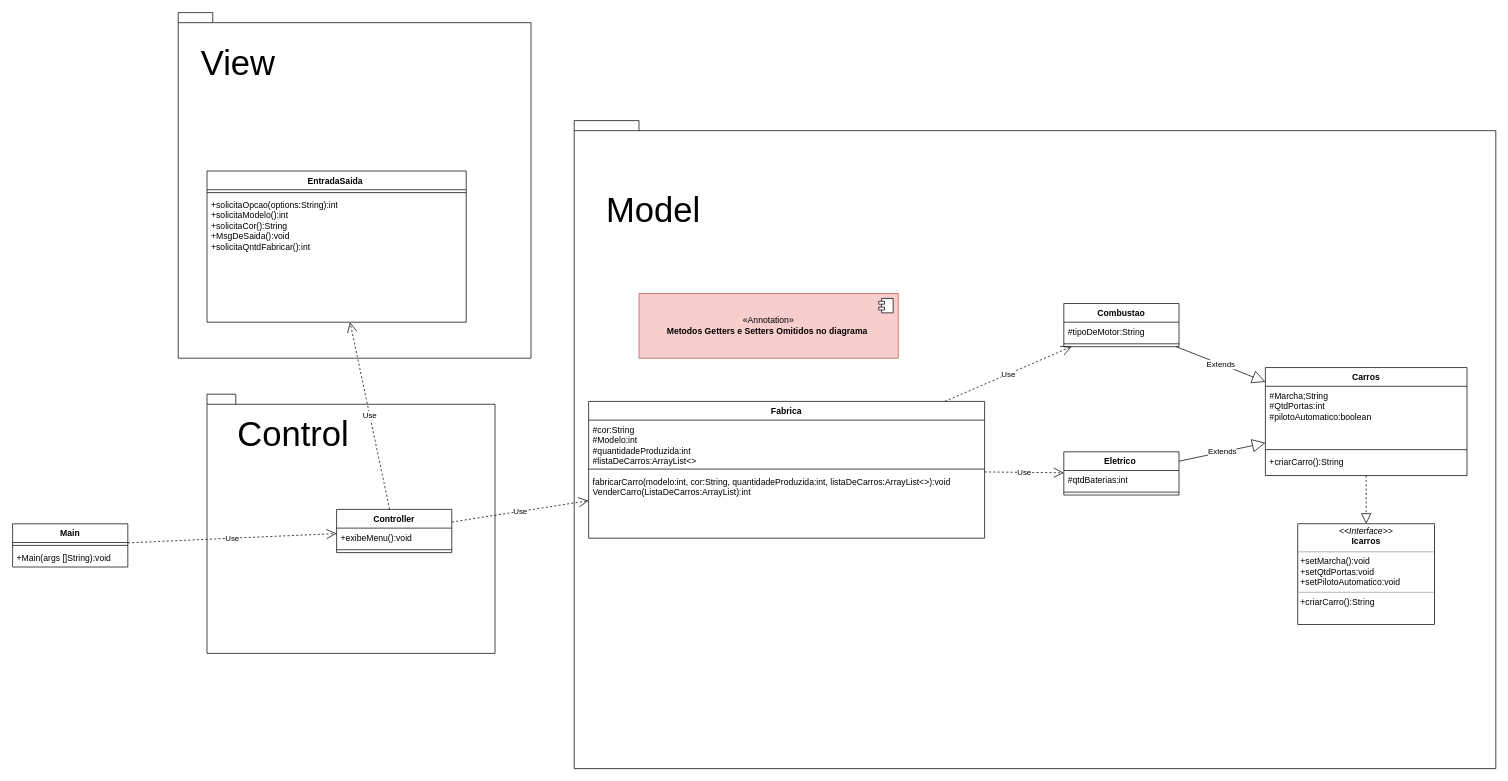
This is DiagramaEstrutural.drawio from Gustavolskw/PraticaFabricaDeCarro, a draw.io file, before an edit. Source tidied: cells renumbered, new cells numbered last; positions are measured from the earlier drawing's top-left corner, leaving out a move shared by most shapes. Both pictures are drawn from the tidied source at 72%, with x=0, y=0 at pixel (12, 12).
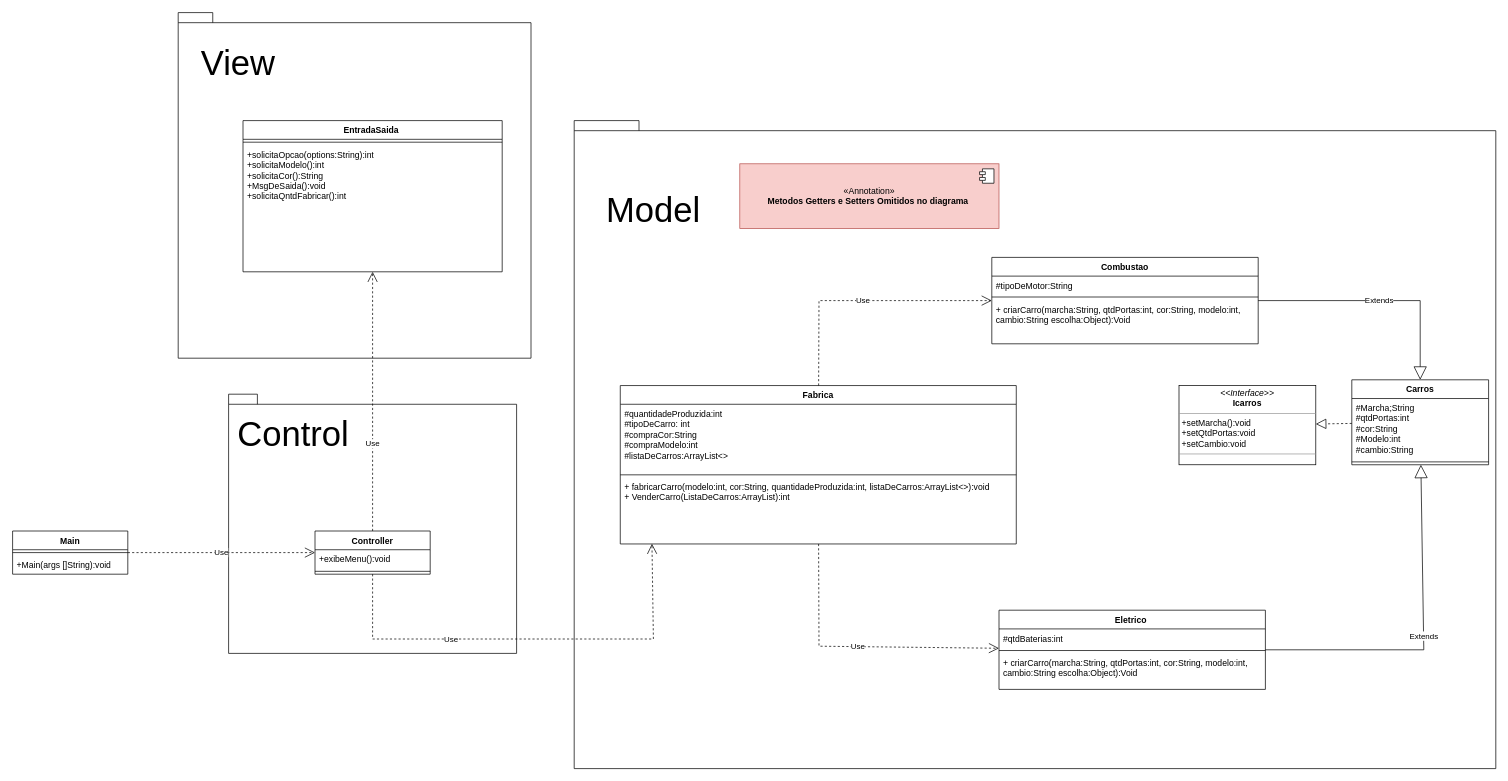
After the change.

The change refers to these unchanged cells:
```xml
<mxCell id="7" value="+solicitaOpcao(options:String):int&lt;br&gt;+solicitaModelo():int&lt;br&gt;+solicitaCor():String&lt;br&gt;+MsgDeSaida():void&amp;nbsp;&lt;br&gt;+solicitaQntdFabricar():int" style="text;strokeColor=none;fillColor=none;align=left;verticalAlign=top;spacingLeft=4;spacingRight=4;overflow=hidden;points=[[0,0.5],[1,0.5]];portConstraint=eastwest;whiteSpace=wrap;html=1;" parent="5" vertex="1">
  <mxGeometry y="34" width="360" height="176" as="geometry" />
</mxCell>
```

Change to the diagram source:
```diff
@@
     <mxCell id="2" style="shape=folder;fontStyle=1;spacingTop=10;tabWidth=40;tabHeight=14;tabPosition=left;html=1;whiteSpace=wrap;" parent="1" vertex="1">
-      <mxGeometry x="270" y="530" width="400" height="360" as="geometry" />
+      <mxGeometry x="300" y="530" width="400" height="360" as="geometry" />
     </mxCell>
@@
     <mxCell id="5" value="EntradaSaida&lt;span style=&quot;white-space: pre;&quot;&gt;&#9;&lt;/span&gt;" style="swimlane;fontStyle=1;align=center;verticalAlign=top;horizontal=1;startSize=26;whiteSpace=wrap;html=1;" parent="1" vertex="1">
-      <mxGeometry x="270" y="220" width="360" height="210" as="geometry" />
+      <mxGeometry x="320" y="150" width="360" height="210" as="geometry" />
     </mxCell>
@@
     <mxCell id="8" value="Controller" style="swimlane;fontStyle=1;align=center;verticalAlign=top;horizontal=1;startSize=26;whiteSpace=wrap;html=1;" parent="1" vertex="1">
-      <mxGeometry x="450" y="690" width="160" height="60" as="geometry" />
+      <mxGeometry x="420" y="720" width="160" height="60" as="geometry" />
     </mxCell>
@@
     <mxCell id="11" value="Main" style="swimlane;fontStyle=1;align=center;verticalAlign=top;horizontal=1;startSize=26;whiteSpace=wrap;html=1;" parent="1" vertex="1">
-      <mxGeometry y="710" width="160" height="60" as="geometry" />
+      <mxGeometry y="720" width="160" height="60" as="geometry" />
     </mxCell>
@@
     <mxCell id="15" value="Use" style="endArrow=open;endSize=12;dashed=1;html=1;rounded=0;" parent="1" edge="1" source="8" target="7">
-      <mxGeometry relative="1" as="geometry" />
+      <mxGeometry x="-0.33" relative="1" as="geometry" />
     </mxCell>
@@
     <mxCell id="20" value="Fabrica" style="swimlane;fontStyle=1;align=center;verticalAlign=top;horizontal=1;startSize=26;whiteSpace=wrap;html=1;" parent="1" vertex="1">
-      <mxGeometry x="800" y="540" width="550" height="190" as="geometry" />
+      <mxGeometry x="844" y="518" width="550" height="220" as="geometry" />
     </mxCell>
-    <mxCell id="21" value="#cor:String&lt;br&gt;#Modelo:int&lt;br&gt;#quantidadeProduzida:int&lt;br&gt;#listaDeCarros:ArrayList&amp;lt;&amp;gt;" style="text;strokeColor=none;fillColor=none;align=left;verticalAlign=top;spacingLeft=4;spacingRight=4;overflow=hidden;whiteSpace=wrap;html=1;" parent="20" vertex="1">
-      <mxGeometry y="26" width="550" height="64" as="geometry" />
+    <mxCell id="21" value="#quantidadeProduzida:int&lt;br&gt;#tipoDeCarro: int&amp;nbsp;&lt;br&gt;#compraCor:String&lt;br style=&quot;border-color: var(--border-color);&quot;&gt;#compraModelo:int&lt;br&gt;#listaDeCarros:ArrayList&amp;lt;&amp;gt;" style="text;strokeColor=none;fillColor=none;align=left;verticalAlign=top;spacingLeft=4;spacingRight=4;overflow=hidden;whiteSpace=wrap;html=1;" parent="20" vertex="1">
+      <mxGeometry y="26" width="550" height="94" as="geometry" />
     </mxCell>
     <mxCell id="22" style="line;strokeWidth=1;fillColor=none;align=left;verticalAlign=middle;spacingTop=-1;spacingLeft=3;spacingRight=3;labelPosition=right;strokeColor=inherit;" parent="20" vertex="1">
-      <mxGeometry y="90" width="550" height="8" as="geometry" />
+      <mxGeometry y="120" width="550" height="8" as="geometry" />
     </mxCell>
-    <mxCell id="23" value="fabricarCarro(modelo:int, cor:String, quantidadeProduzida:int, listaDeCarros:ArrayList&amp;lt;&amp;gt;):void&lt;br&gt;VenderCarro(ListaDeCarros:ArrayList):int" style="text;strokeColor=none;fillColor=none;align=left;verticalAlign=top;spacingLeft=4;spacingRight=4;overflow=hidden;points=[[0,0.5],[1,0.5]];portConstraint=eastwest;whiteSpace=wrap;html=1;" parent="20" vertex="1">
-      <mxGeometry y="98" width="550" height="92" as="geometry" />
+    <mxCell id="23" value="+ fabricarCarro(modelo:int, cor:String, quantidadeProduzida:int, listaDeCarros:ArrayList&amp;lt;&amp;gt;):void&lt;br&gt;+ VenderCarro(ListaDeCarros:ArrayList):int&lt;br&gt;" style="text;strokeColor=none;fillColor=none;align=left;verticalAlign=top;spacingLeft=4;spacingRight=4;overflow=hidden;points=[[0,0.5],[1,0.5]];portConstraint=eastwest;whiteSpace=wrap;html=1;" parent="20" vertex="1">
+      <mxGeometry y="128" width="550" height="92" as="geometry" />
     </mxCell>
-    <mxCell id="24" value="Use" style="endArrow=open;endSize=12;dashed=1;html=1;rounded=0;" parent="1" edge="1" source="8" target="20">
-      <mxGeometry relative="1" as="geometry" />
+    <mxCell id="24" value="Use" style="endArrow=open;endSize=12;dashed=1;html=1;rounded=0;entryX=0.08;entryY=0.997;entryDx=0;entryDy=0;entryPerimeter=0;" parent="1" edge="1" source="8" target="23">
+      <mxGeometry x="-0.35" relative="1" as="geometry">
+        <Array as="points">
+          <mxPoint x="500" y="870" />
+          <mxPoint x="890" y="870" />
+        </Array>
+      </mxGeometry>
     </mxCell>
     <mxCell id="25" value="Carros" style="swimlane;fontStyle=1;align=center;verticalAlign=top;horizontal=1;startSize=26;whiteSpace=wrap;html=1;" parent="1" vertex="1">
-      <mxGeometry x="1740" y="493" width="280" height="150" as="geometry" />
+      <mxGeometry x="1860" y="510" width="190" height="118" as="geometry" />
     </mxCell>
-    <mxCell id="26" value="#Marcha;String&lt;br&gt;#QtdPortas:int&amp;nbsp;&lt;br&gt;#pilotoAutomatico:boolean&amp;nbsp;" style="text;strokeColor=none;fillColor=none;align=left;verticalAlign=top;spacingLeft=4;spacingRight=4;overflow=hidden;whiteSpace=wrap;html=1;" parent="25" vertex="1">
-      <mxGeometry y="26" width="280" height="84" as="geometry" />
+    <mxCell id="26" value="#Marcha;String&lt;br&gt;#qtdPortas:int&lt;br&gt;#cor:String&lt;br style=&quot;border-color: var(--border-color);&quot;&gt;#Modelo:int&amp;nbsp;&lt;br&gt;#cambio:String" style="text;strokeColor=none;fillColor=none;align=left;verticalAlign=top;spacingLeft=4;spacingRight=4;overflow=hidden;whiteSpace=wrap;html=1;" parent="25" vertex="1">
+      <mxGeometry y="26" width="190" height="84" as="geometry" />
     </mxCell>
     <mxCell id="27" style="line;strokeWidth=1;fillColor=none;align=left;verticalAlign=middle;spacingTop=-1;spacingLeft=3;spacingRight=3;labelPosition=right;strokeColor=inherit;" parent="25" vertex="1">
-      <mxGeometry y="110" width="280" height="8" as="geometry" />
+      <mxGeometry y="110" width="190" height="8" as="geometry" />
     </mxCell>
-    <mxCell id="28" value="+criarCarro():String" style="text;strokeColor=none;fillColor=none;align=left;verticalAlign=top;spacingLeft=4;spacingRight=4;overflow=hidden;whiteSpace=wrap;html=1;" parent="25" vertex="1">
-      <mxGeometry y="118" width="280" height="32" as="geometry" />
-    </mxCell>
     <mxCell id="29" value="Combustao" style="swimlane;fontStyle=1;align=center;verticalAlign=top;horizontal=1;startSize=26;whiteSpace=wrap;html=1;" parent="1" vertex="1">
-      <mxGeometry x="1460" y="404" width="160" height="60" as="geometry" />
+      <mxGeometry x="1360" y="340" width="370" height="120" as="geometry" />
     </mxCell>
     <mxCell id="30" value="#tipoDeMotor:String" style="text;strokeColor=none;fillColor=none;align=left;verticalAlign=top;spacingLeft=4;spacingRight=4;overflow=hidden;whiteSpace=wrap;html=1;" parent="29" vertex="1">
-      <mxGeometry y="26" width="160" height="26" as="geometry" />
+      <mxGeometry y="26" width="370" height="24" as="geometry" />
     </mxCell>
     <mxCell id="31" style="line;strokeWidth=1;fillColor=none;align=left;verticalAlign=middle;spacingTop=-1;spacingLeft=3;spacingRight=3;labelPosition=right;strokeColor=inherit;" parent="29" vertex="1">
-      <mxGeometry y="52" width="160" height="8" as="geometry" />
+      <mxGeometry y="50" width="370" height="10" as="geometry" />
     </mxCell>
+    <mxCell id="28" value="+ criarCarro(marcha:String, qtdPortas:int, cor:String, modelo:int, cambio:String escolha:Object):Void" style="text;strokeColor=none;fillColor=none;align=left;verticalAlign=top;spacingLeft=4;spacingRight=4;overflow=hidden;whiteSpace=wrap;html=1;" parent="29" vertex="1">
+      <mxGeometry y="60" width="370" height="60" as="geometry" />
+    </mxCell>
     <mxCell id="32" value="Eletrico&amp;nbsp;" style="swimlane;fontStyle=1;align=center;verticalAlign=top;horizontal=1;startSize=26;whiteSpace=wrap;html=1;" parent="1" vertex="1">
-      <mxGeometry x="1460" y="610" width="160" height="60" as="geometry" />
+      <mxGeometry x="1370" y="830" width="370" height="110" as="geometry" />
     </mxCell>
     <mxCell id="33" value="#qtdBaterias:int&lt;br&gt;" style="text;strokeColor=none;fillColor=none;align=left;verticalAlign=top;spacingLeft=4;spacingRight=4;overflow=hidden;whiteSpace=wrap;html=1;" parent="32" vertex="1">
-      <mxGeometry y="26" width="160" height="26" as="geometry" />
+      <mxGeometry y="26" width="370" height="26" as="geometry" />
     </mxCell>
     <mxCell id="34" style="line;strokeWidth=1;fillColor=none;align=left;verticalAlign=middle;spacingTop=-1;spacingLeft=3;spacingRight=3;labelPosition=right;strokeColor=inherit;" parent="32" vertex="1">
-      <mxGeometry y="52" width="160" height="8" as="geometry" />
+      <mxGeometry y="52" width="370" height="8" as="geometry" />
     </mxCell>
+    <mxCell id="43" value="+ criarCarro(marcha:String, qtdPortas:int, cor:String, modelo:int, cambio:String escolha:Object):Void" style="text;strokeColor=none;fillColor=none;align=left;verticalAlign=top;spacingLeft=4;spacingRight=4;overflow=hidden;whiteSpace=wrap;html=1;" parent="32" vertex="1">
+      <mxGeometry y="60" width="370" height="50" as="geometry" />
+    </mxCell>
     <mxCell id="35" value="Extends" style="endArrow=block;endSize=16;endFill=0;html=1;rounded=0;" parent="1" edge="1" source="29" target="25">
-      <mxGeometry relative="1" as="geometry" />
+      <mxGeometry relative="1" as="geometry">
+        <Array as="points">
+          <mxPoint x="1955" y="400" />
+        </Array>
+      </mxGeometry>
     </mxCell>
     <mxCell id="36" value="Extends" style="endArrow=block;endSize=16;endFill=0;html=1;rounded=0;" parent="1" edge="1" source="32" target="25">
-      <mxGeometry relative="1" as="geometry" />
+      <mxGeometry relative="1" as="geometry">
+        <Array as="points">
+          <mxPoint x="1960" y="885" />
+        </Array>
+      </mxGeometry>
     </mxCell>
     <mxCell id="37" value="Use" style="endArrow=open;endSize=12;dashed=1;html=1;rounded=0;" parent="1" edge="1" source="20" target="32">
-      <mxGeometry relative="1" as="geometry" />
+      <mxGeometry relative="1" as="geometry">
+        <Array as="points">
+          <mxPoint x="1120" y="880" />
+        </Array>
+      </mxGeometry>
     </mxCell>
     <mxCell id="38" value="Use" style="endArrow=open;endSize=12;dashed=1;html=1;rounded=0;" parent="1" edge="1" source="20" target="29">
-      <mxGeometry relative="1" as="geometry" />
+      <mxGeometry relative="1" as="geometry">
+        <Array as="points">
+          <mxPoint x="1120" y="400" />
+        </Array>
+      </mxGeometry>
     </mxCell>
-    <mxCell id="39" value="&lt;p style=&quot;margin:0px;margin-top:4px;text-align:center;&quot;&gt;&lt;i&gt;&amp;lt;&amp;lt;Interface&amp;gt;&amp;gt;&lt;/i&gt;&lt;br&gt;&lt;b&gt;Icarros&lt;/b&gt;&lt;/p&gt;&lt;hr size=&quot;1&quot;&gt;&lt;p style=&quot;margin:0px;margin-left:4px;&quot;&gt;+setMarcha():void&lt;br&gt;&lt;/p&gt;&lt;p style=&quot;margin:0px;margin-left:4px;&quot;&gt;+setQtdPortas:void&lt;/p&gt;&lt;p style=&quot;margin:0px;margin-left:4px;&quot;&gt;+setPilotoAutomatico:void&lt;/p&gt;&lt;hr size=&quot;1&quot;&gt;&lt;p style=&quot;margin:0px;margin-left:4px;&quot;&gt;+criarCarro():String&amp;nbsp;&lt;br&gt;&lt;br&gt;&lt;/p&gt;" style="verticalAlign=top;align=left;overflow=fill;fontSize=12;fontFamily=Helvetica;html=1;whiteSpace=wrap;" parent="1" vertex="1">
-      <mxGeometry x="1785" y="710" width="190" height="140" as="geometry" />
+    <mxCell id="39" value="&lt;p style=&quot;margin:0px;margin-top:4px;text-align:center;&quot;&gt;&lt;i&gt;&amp;lt;&amp;lt;Interface&amp;gt;&amp;gt;&lt;/i&gt;&lt;br&gt;&lt;b&gt;Icarros&lt;/b&gt;&lt;/p&gt;&lt;hr size=&quot;1&quot;&gt;&lt;p style=&quot;margin:0px;margin-left:4px;&quot;&gt;+setMarcha():void&lt;br&gt;&lt;/p&gt;&lt;p style=&quot;margin:0px;margin-left:4px;&quot;&gt;+setQtdPortas:void&lt;/p&gt;&lt;p style=&quot;margin:0px;margin-left:4px;&quot;&gt;+setCambio:void&lt;/p&gt;&lt;hr size=&quot;1&quot;&gt;&lt;p style=&quot;margin:0px;margin-left:4px;&quot;&gt;&lt;br&gt;&lt;br&gt;&lt;/p&gt;" style="verticalAlign=top;align=left;overflow=fill;fontSize=12;fontFamily=Helvetica;html=1;whiteSpace=wrap;" parent="1" vertex="1">
+      <mxGeometry x="1620" y="518" width="190" height="110" as="geometry" />
     </mxCell>
@@
     <mxCell id="41" value="«Annotation»&lt;br&gt;&lt;b&gt;Metodos Getters e Setters Omitidos no diagrama&amp;nbsp;&lt;/b&gt;" style="html=1;whiteSpace=wrap;fillColor=#f8cecc;strokeColor=#b85450;" parent="1" vertex="1">
-      <mxGeometry x="870" y="390" width="360" height="90" as="geometry" />
+      <mxGeometry x="1010" y="210" width="360" height="90" as="geometry" />
     </mxCell>
```
